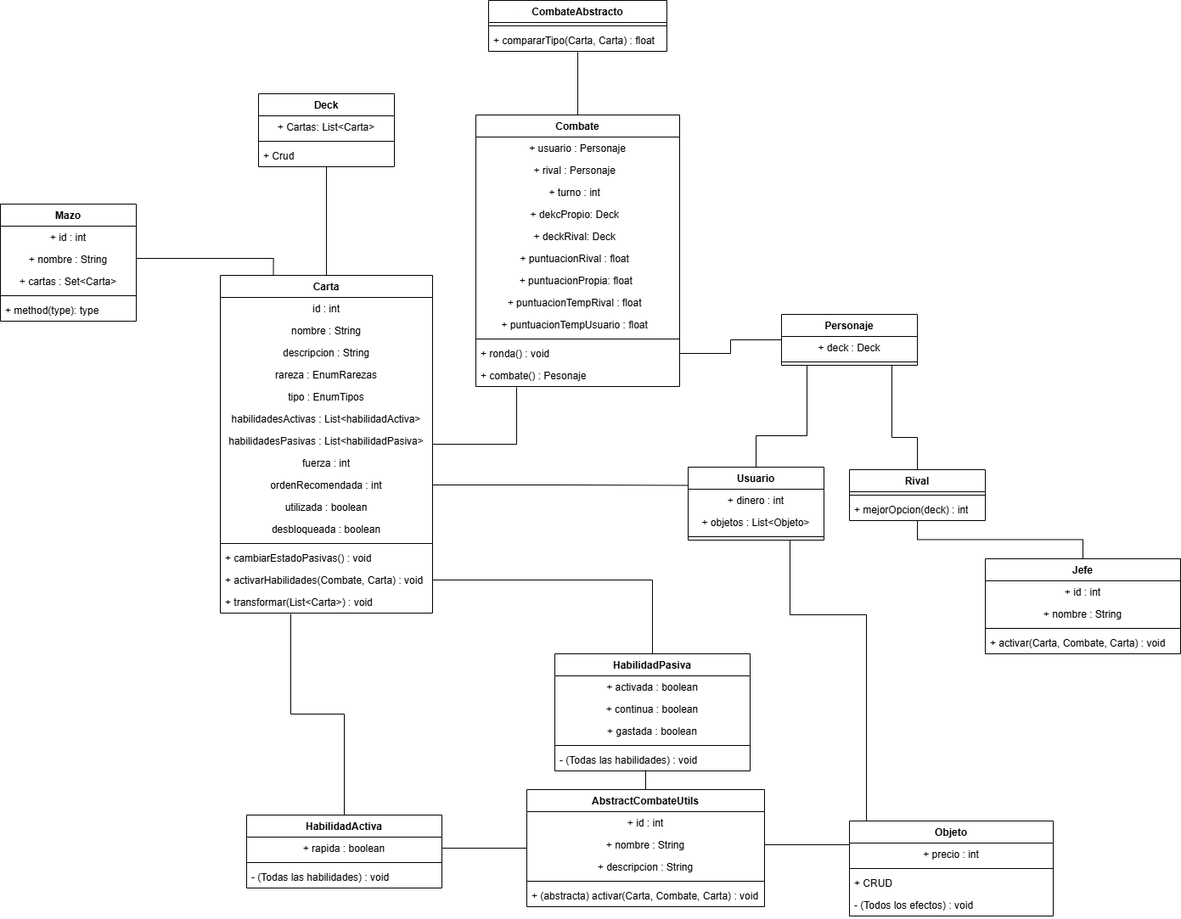
Before: Imagenes/diagrama de clases.drawio.png, a diagram exported from draw.io (gian700/Beastdeck). Source tidied: cells renumbered, new cells last; positions are measured from the earlier drawing's top-left corner, leaving out a move shared by most shapes.
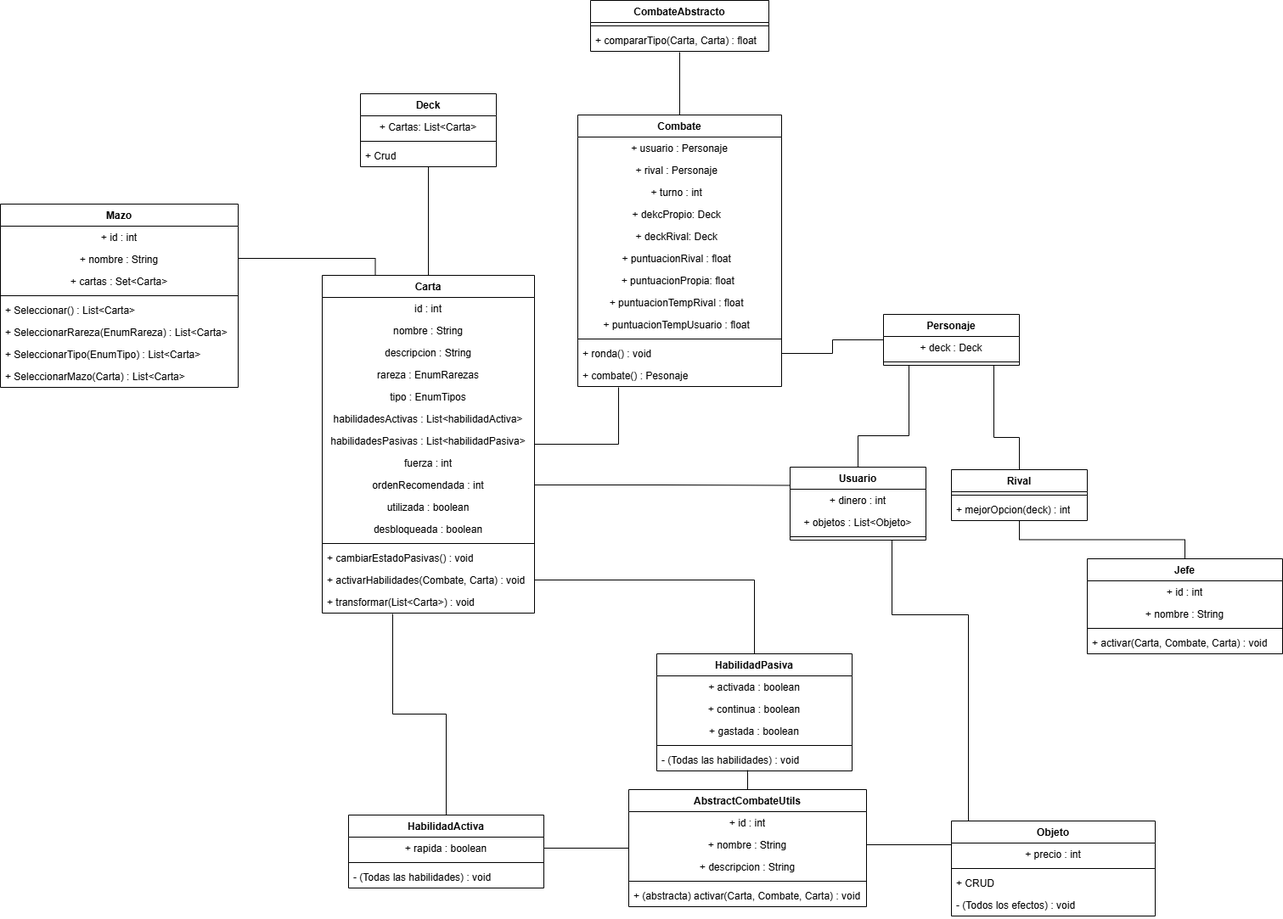
The same diagram one commit later.

The edit, as a diff of the source:
```diff
@@ -151,23 +151,32 @@
       </mxGeometry>
     </mxCell>
     <mxCell id="50" value="Mazo" style="swimlane;fontStyle=1;align=center;verticalAlign=top;horizontal=1;startSize=26;whiteSpace=wrap;html=1;" parent="1" vertex="1">
-      <mxGeometry y="240" width="160" height="138" as="geometry" />
+      <mxGeometry x="-120" y="240" width="280" height="216" as="geometry" />
     </mxCell>
     <mxCell id="51" value="+ id : int" style="text;strokeColor=none;fillColor=none;align=center;verticalAlign=top;spacingLeft=4;spacingRight=4;overflow=hidden;whiteSpace=wrap;html=1;" parent="50" vertex="1">
-      <mxGeometry y="26" width="160" height="26" as="geometry" />
+      <mxGeometry y="26" width="280" height="26" as="geometry" />
     </mxCell>
     <mxCell id="52" value="+ nombre : String" style="text;strokeColor=none;fillColor=none;align=center;verticalAlign=top;spacingLeft=4;spacingRight=4;overflow=hidden;whiteSpace=wrap;html=1;" parent="50" vertex="1">
-      <mxGeometry y="52" width="160" height="26" as="geometry" />
+      <mxGeometry y="52" width="280" height="26" as="geometry" />
     </mxCell>
     <mxCell id="53" value="+ cartas : Set&amp;lt;Carta&amp;gt;" style="text;strokeColor=none;fillColor=none;align=center;verticalAlign=top;spacingLeft=4;spacingRight=4;overflow=hidden;whiteSpace=wrap;html=1;" parent="50" vertex="1">
-      <mxGeometry y="78" width="160" height="26" as="geometry" />
+      <mxGeometry y="78" width="280" height="26" as="geometry" />
     </mxCell>
     <mxCell id="54" style="line;strokeWidth=1;fillColor=none;align=left;verticalAlign=middle;spacingTop=-1;spacingLeft=3;spacingRight=3;labelPosition=right;strokeColor=inherit;" parent="50" vertex="1">
-      <mxGeometry y="104" width="160" height="8" as="geometry" />
+      <mxGeometry y="104" width="280" height="8" as="geometry" />
     </mxCell>
-    <mxCell id="55" value="+ method(type): type" style="text;strokeColor=none;fillColor=none;align=left;verticalAlign=top;spacingLeft=4;spacingRight=4;overflow=hidden;whiteSpace=wrap;html=1;" parent="50" vertex="1">
-      <mxGeometry y="112" width="160" height="26" as="geometry" />
+    <mxCell id="55" value="+ Seleccionar() : List&amp;lt;Carta&amp;gt;" style="text;strokeColor=none;fillColor=none;align=left;verticalAlign=top;spacingLeft=4;spacingRight=4;overflow=hidden;whiteSpace=wrap;html=1;" parent="50" vertex="1">
+      <mxGeometry y="112" width="280" height="26" as="geometry" />
     </mxCell>
+    <mxCell id="95" value="+ SeleccionarRareza(EnumRareza) : List&amp;lt;Carta&amp;gt;" style="text;strokeColor=none;fillColor=none;align=left;verticalAlign=top;spacingLeft=4;spacingRight=4;overflow=hidden;whiteSpace=wrap;html=1;" parent="50" vertex="1">
+      <mxGeometry y="138" width="280" height="26" as="geometry" />
+    </mxCell>
+    <mxCell id="96" value="+ SeleccionarTipo(EnumTipo) : List&amp;lt;Carta&amp;gt;" style="text;strokeColor=none;fillColor=none;align=left;verticalAlign=top;spacingLeft=4;spacingRight=4;overflow=hidden;whiteSpace=wrap;html=1;" parent="50" vertex="1">
+      <mxGeometry y="164" width="280" height="26" as="geometry" />
+    </mxCell>
+    <mxCell id="97" value="+ SeleccionarMazo(Carta) : List&amp;lt;Carta&amp;gt;" style="text;strokeColor=none;fillColor=none;align=left;verticalAlign=top;spacingLeft=4;spacingRight=4;overflow=hidden;whiteSpace=wrap;html=1;" parent="50" vertex="1">
+      <mxGeometry y="190" width="280" height="26" as="geometry" />
+    </mxCell>
     <mxCell id="56" value="CombateAbstracto" style="swimlane;fontStyle=1;align=center;verticalAlign=top;horizontal=1;startSize=26;whiteSpace=wrap;html=1;" parent="1" vertex="1">
       <mxGeometry x="575" width="210" height="60" as="geometry" />
     </mxCell>
```
